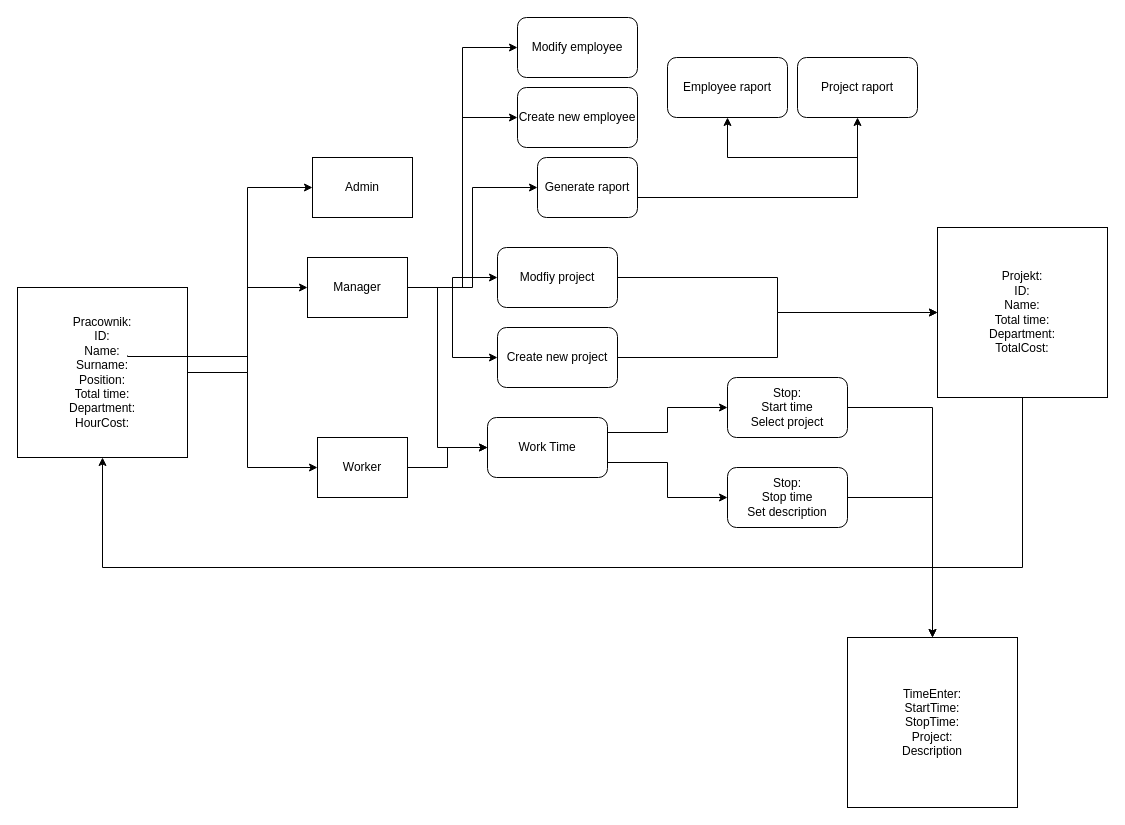
Earlier version of the draw.io diagram Infoshare diagram.drawio (Tomasz98Zukowski/TripBudgetApp). Source tidied: cells renumbered, new cells numbered last; positions are measured from the earlier drawing's top-left corner, leaving out a move shared by most shapes. Both pictures are drawn from the tidied source at 100%, with x=0, y=0 at pixel (17, 17).
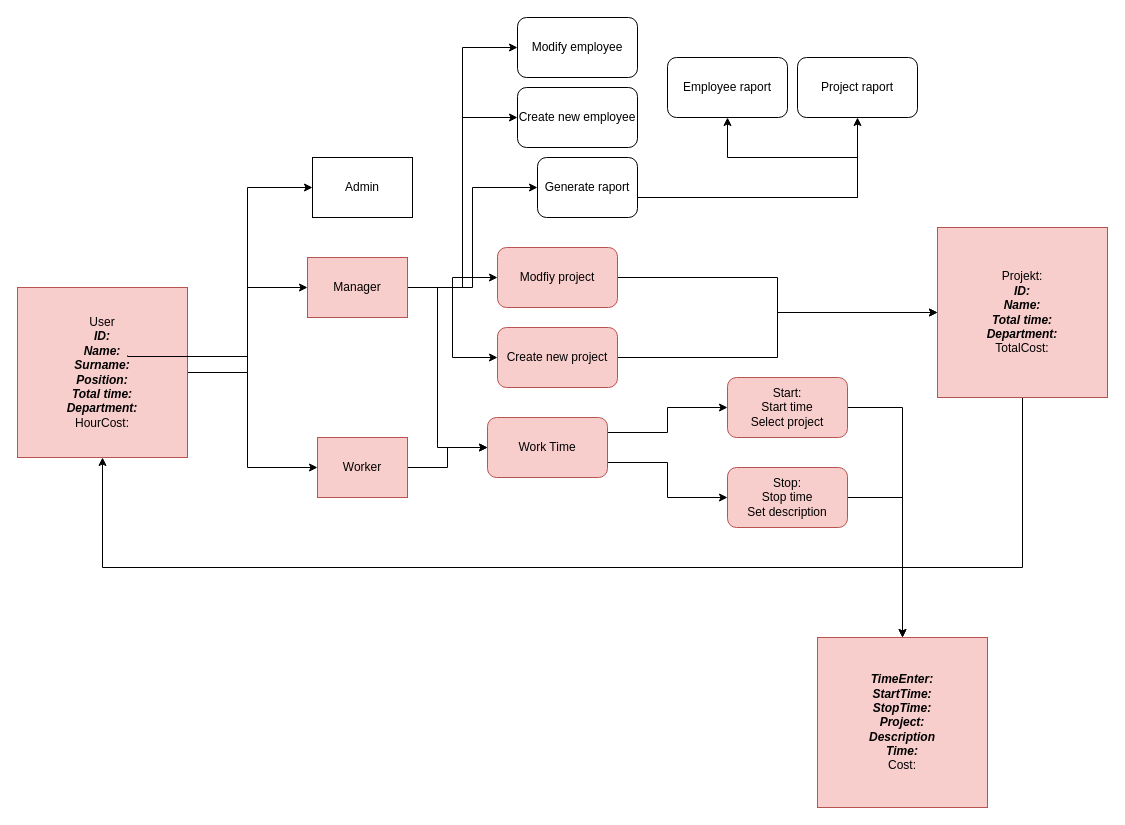
The same page after the edit.

Change to the diagram source:
```diff
@@
-    <mxCell id="4" value="Pracownik:&lt;br&gt;ID:&lt;br&gt;Name:&lt;br&gt;Surname:&lt;br&gt;Position:&lt;br&gt;Total time:&lt;br&gt;Department:&lt;br&gt;HourCost:" style="rounded=0;whiteSpace=wrap;html=1;" parent="1" vertex="1">
+    <mxCell id="4" value="User&lt;br&gt;&lt;b&gt;&lt;i&gt;ID:&lt;br&gt;Name:&lt;br&gt;Surname:&lt;br&gt;Position:&lt;br&gt;Total time:&lt;br&gt;Department:&lt;/i&gt;&lt;/b&gt;&lt;br&gt;HourCost:" style="rounded=0;whiteSpace=wrap;html=1;fillColor=#f8cecc;strokeColor=#b85450;" parent="1" vertex="1">
       <mxGeometry y="270" width="170" height="170" as="geometry" />
     </mxCell>
@@
-    <mxCell id="11" value="Manager" style="rounded=0;whiteSpace=wrap;html=1;" parent="1" vertex="1">
+    <mxCell id="11" value="Manager" style="rounded=0;whiteSpace=wrap;html=1;fillColor=#f8cecc;strokeColor=#b85450;" parent="1" vertex="1">
       <mxGeometry x="290" y="240" width="100" height="60" as="geometry" />
     </mxCell>
@@
-    <mxCell id="13" value="Worker" style="rounded=0;whiteSpace=wrap;html=1;" parent="1" vertex="1">
+    <mxCell id="13" value="Worker" style="rounded=0;whiteSpace=wrap;html=1;fillColor=#f8cecc;strokeColor=#b85450;" parent="1" vertex="1">
       <mxGeometry x="300" y="420" width="90" height="60" as="geometry" />
     </mxCell>
@@
-    <mxCell id="16" value="Work Time" style="rounded=1;whiteSpace=wrap;html=1;" parent="1" vertex="1">
+    <mxCell id="16" value="Work Time" style="rounded=1;whiteSpace=wrap;html=1;fillColor=#f8cecc;strokeColor=#b85450;" parent="1" vertex="1">
       <mxGeometry x="470" y="400" width="120" height="60" as="geometry" />
     </mxCell>
@@
-    <mxCell id="18" value="Create new project" style="rounded=1;whiteSpace=wrap;html=1;" parent="1" vertex="1">
+    <mxCell id="18" value="Create new project" style="rounded=1;whiteSpace=wrap;html=1;fillColor=#f8cecc;strokeColor=#b85450;" parent="1" vertex="1">
       <mxGeometry x="480" y="310" width="120" height="60" as="geometry" />
     </mxCell>
@@
-    <mxCell id="20" value="Modfiy project" style="rounded=1;whiteSpace=wrap;html=1;" parent="1" vertex="1">
+    <mxCell id="20" value="Modfiy project" style="rounded=1;whiteSpace=wrap;html=1;fillColor=#f8cecc;strokeColor=#b85450;" parent="1" vertex="1">
       <mxGeometry x="480" y="230" width="120" height="60" as="geometry" />
     </mxCell>
@@
-    <mxCell id="27" value="Projekt:&lt;br&gt;ID:&lt;br&gt;Name:&lt;br&gt;Total time:&lt;br&gt;Department:&lt;br&gt;TotalCost:" style="rounded=0;whiteSpace=wrap;html=1;" parent="1" vertex="1">
+    <mxCell id="27" value="Projekt:&lt;br&gt;&lt;i&gt;&lt;b&gt;ID:&lt;br&gt;Name:&lt;br&gt;Total time:&lt;br&gt;Department:&lt;/b&gt;&lt;/i&gt;&lt;br&gt;TotalCost:" style="rounded=0;whiteSpace=wrap;html=1;fillColor=#f8cecc;strokeColor=#b85450;" parent="1" vertex="1">
       <mxGeometry x="920" y="210" width="170" height="170" as="geometry" />
     </mxCell>
@@
-    <mxCell id="31" value="Stop:&lt;br&gt;Stop time&lt;br&gt;Set description" style="rounded=1;whiteSpace=wrap;html=1;" parent="1" vertex="1">
+    <mxCell id="31" value="Stop:&lt;br&gt;Stop time&lt;br&gt;Set description" style="rounded=1;whiteSpace=wrap;html=1;fillColor=#f8cecc;strokeColor=#b85450;" parent="1" vertex="1">
       <mxGeometry x="710" y="450" width="120" height="60" as="geometry" />
     </mxCell>
@@
-    <mxCell id="33" value="Stop:&lt;br&gt;Start time&lt;br&gt;Select project" style="rounded=1;whiteSpace=wrap;html=1;" parent="1" vertex="1">
+    <mxCell id="33" value="Start:&lt;br&gt;Start time&lt;br&gt;Select project" style="rounded=1;whiteSpace=wrap;html=1;fillColor=#f8cecc;strokeColor=#b85450;" parent="1" vertex="1">
       <mxGeometry x="710" y="360" width="120" height="60" as="geometry" />
     </mxCell>
-    <mxCell id="34" value="TimeEnter:&lt;br&gt;StartTime:&lt;br&gt;StopTime:&lt;br&gt;Project:&lt;br&gt;Description" style="rounded=0;whiteSpace=wrap;html=1;" parent="1" vertex="1">
-      <mxGeometry x="830" y="620" width="170" height="170" as="geometry" />
+    <mxCell id="34" value="&lt;b&gt;&lt;i&gt;TimeEnter:&lt;br&gt;StartTime:&lt;br&gt;StopTime:&lt;br&gt;Project:&lt;br&gt;Description&lt;br&gt;Time:&lt;/i&gt;&lt;/b&gt;&lt;br&gt;Cost:" style="rounded=0;whiteSpace=wrap;html=1;fillColor=#f8cecc;strokeColor=#b85450;" parent="1" vertex="1">
+      <mxGeometry x="800" y="620" width="170" height="170" as="geometry" />
     </mxCell>
```
